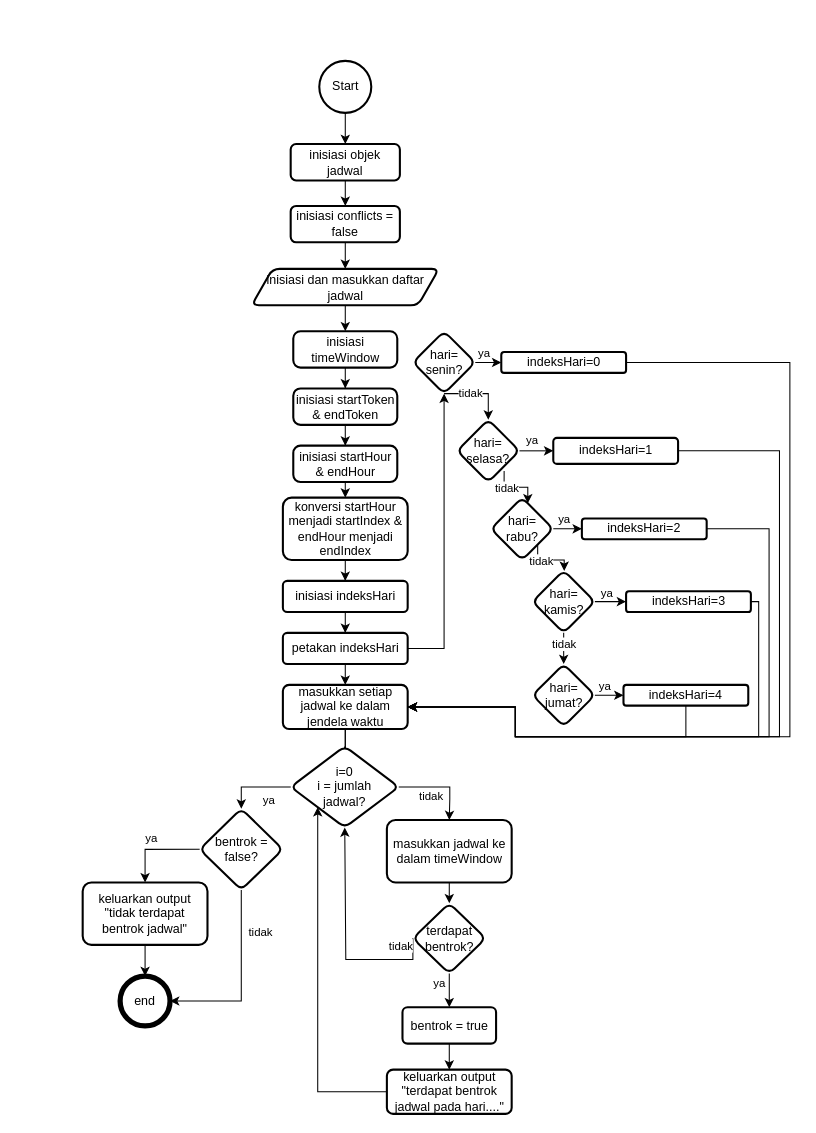
Before: diagram/Diagram Alur Hasil Modifikasi Algoritma.drawio in putra443/perangkat-lunak-simulasi-frs, a draw.io diagram. Source tidied: cells renumbered, new cells numbered last; positions are measured from the earlier drawing's top-left corner, leaving out a move shared by most shapes. Both pictures are drawn from the tidied source at 104%, with x=0, y=0 at pixel (82, 60).
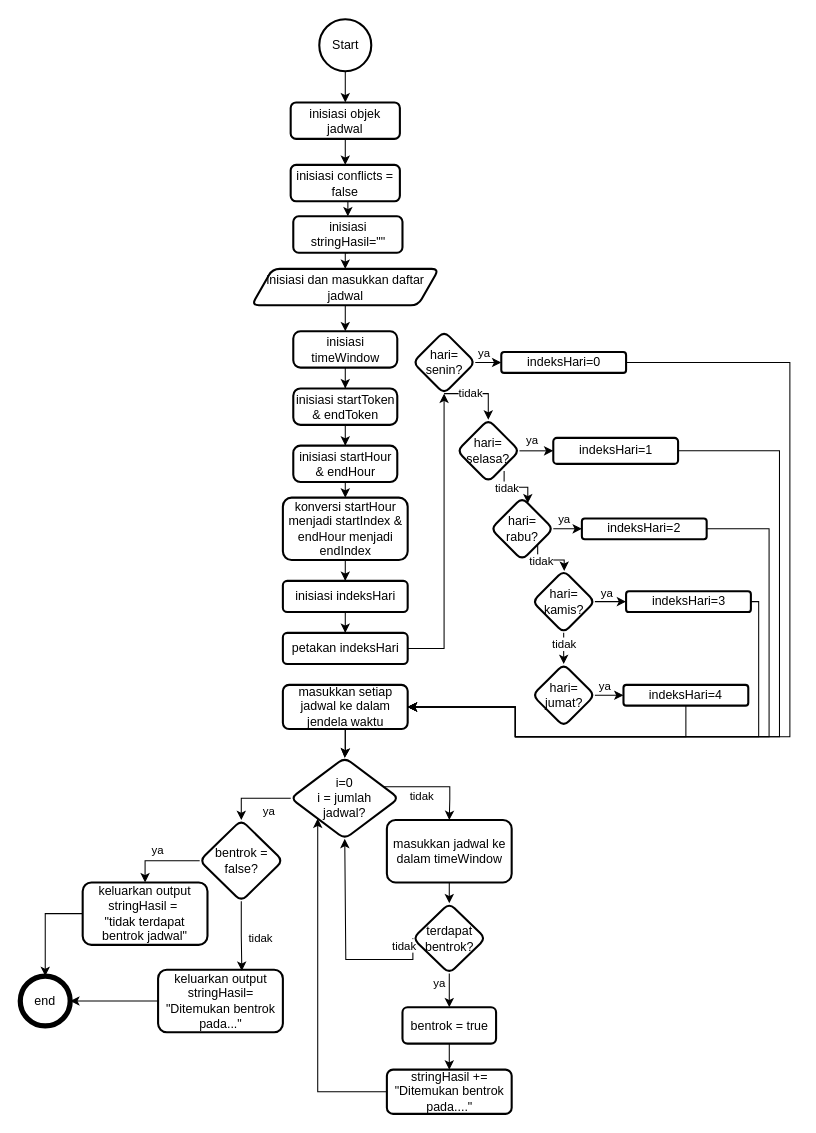
Above is the later version.

Commit message (it also covers changes not shown here):
fix param pathname (agar tidak ada yang bisa lihat idUser)

The change refers to these unchanged cells:
```xml
<mxCell id="7" value="inisiasi dan masukkan daftar jadwal" style="shape=parallelogram;perimeter=parallelogramPerimeter;whiteSpace=wrap;html=1;fixedSize=1;rounded=1;arcSize=14;strokeWidth=2;" parent="1" vertex="1">
  <mxGeometry x="162.5" y="200" width="180" height="35" as="geometry" />
</mxCell>
<mxCell id="10" value="masukkan setiap jadwal ke dalam jendela waktu" style="whiteSpace=wrap;html=1;rounded=1;arcSize=14;strokeWidth=2;" parent="1" vertex="1">
  <mxGeometry x="192.5" y="600" width="120" height="42.5" as="geometry" />
</mxCell>
<mxCell id="49" value="petakan indeksHari" style="whiteSpace=wrap;html=1;rounded=1;arcSize=14;strokeWidth=2;" parent="1" vertex="1">
  <mxGeometry x="192.5" y="550" width="120" height="30" as="geometry" />
</mxCell>
```

The edit, as a diff of the source:
```diff
@@
     <mxCell id="3" value="Start" style="strokeWidth=2;html=1;shape=mxgraph.flowchart.start_2;whiteSpace=wrap;" parent="1" vertex="1">
-      <mxGeometry x="227.5" width="50" height="50" as="geometry" />
+      <mxGeometry x="227.5" y="-40" width="50" height="50" as="geometry" />
     </mxCell>
@@
     <mxCell id="15" value="i=0&lt;br&gt;i = jumlah&lt;br&gt;jadwal?" style="rhombus;whiteSpace=wrap;html=1;rounded=1;arcSize=14;strokeWidth=2;" parent="1" vertex="1">
-      <mxGeometry x="200" y="659.1" width="104" height="78.1" as="geometry" />
+      <mxGeometry x="200" y="670" width="104" height="78.1" as="geometry" />
     </mxCell>
@@
-    <mxCell id="18" style="edgeStyle=orthogonalEdgeStyle;rounded=0;jettySize=auto;html=1;" parent="1" edge="1" source="19" target="7">
-      <mxGeometry relative="1" as="geometry" />
-    </mxCell>
+    <mxCell id="83" style="edgeStyle=orthogonalEdgeStyle;rounded=0;jettySize=auto;html=1;exitX=0.5;exitY=1;exitDx=0;exitDy=0;entryX=0.5;entryY=0;entryDx=0;entryDy=0;" parent="1" edge="1" source="19" target="85">
+      <mxGeometry relative="1" as="geometry" />
+    </mxCell>
     <mxCell id="19" value="inisiasi conflicts = false" style="rounded=1;whiteSpace=wrap;html=1;strokeWidth=2;" parent="1" vertex="1">
-      <mxGeometry x="200" y="139.5" width="105" height="35" as="geometry" />
+      <mxGeometry x="200" y="100" width="105" height="35" as="geometry" />
     </mxCell>
@@
-    <mxCell id="28" value="keluarkan output&lt;br&gt;&quot;terdapat bentrok jadwal pada hari....&quot;" style="whiteSpace=wrap;html=1;rounded=1;arcSize=14;strokeWidth=2;" parent="1" vertex="1">
+    <mxCell id="28" value="stringHasil += &quot;Ditemukan bentrok pada....&quot;" style="whiteSpace=wrap;html=1;rounded=1;arcSize=14;strokeWidth=2;" parent="1" vertex="1">
       <mxGeometry x="292.5" y="970" width="120" height="42.5" as="geometry" />
     </mxCell>
@@
-    <mxCell id="31" style="edgeStyle=orthogonalEdgeStyle;rounded=0;jettySize=auto;html=1;exitX=0.5;exitY=1;exitDx=0;exitDy=0;entryX=1;entryY=0.5;entryDx=0;entryDy=0;" parent="1" edge="1" source="33" target="36">
-      <mxGeometry relative="1" as="geometry" />
-    </mxCell>
-    <mxCell id="32" value="tidak" style="edgeLabel;html=1;align=center;verticalAlign=middle;" parent="31" vertex="1">
-      <mxGeometry x="-0.54" y="-3" relative="1" as="geometry">
-        <mxPoint x="21" as="offset" />
-      </mxGeometry>
-    </mxCell>
     <mxCell id="33" value="bentrok = false?" style="rhombus;whiteSpace=wrap;html=1;rounded=1;arcSize=14;strokeWidth=2;" parent="1" vertex="1">
-      <mxGeometry x="112.5" y="719.1" width="80" height="78.1" as="geometry" />
+      <mxGeometry x="112.5" y="730" width="80" height="78.1" as="geometry" />
     </mxCell>
@@
-    <mxCell id="35" value="keluarkan output&lt;br&gt;&quot;tidak terdapat bentrok jadwal&quot;" style="whiteSpace=wrap;html=1;rounded=1;arcSize=14;strokeWidth=2;" parent="1" vertex="1">
+    <mxCell id="35" value="keluarkan output stringHasil =&amp;nbsp;&lt;br&gt;&quot;tidak terdapat bentrok jadwal&quot;" style="whiteSpace=wrap;html=1;rounded=1;arcSize=14;strokeWidth=2;" parent="1" vertex="1">
       <mxGeometry y="790" width="120" height="60" as="geometry" />
     </mxCell>
     <mxCell id="36" value="end" style="shape=ellipse;html=1;dashed=0;whiteSpace=wrap;strokeWidth=5;perimeter=ellipsePerimeter;" parent="1" vertex="1">
-      <mxGeometry x="36" y="880" width="48" height="48" as="geometry" />
+      <mxGeometry x="-60" y="880" width="48" height="48" as="geometry" />
     </mxCell>
@@
     <mxCell id="38" value="inisiasi objek jadwal" style="rounded=1;whiteSpace=wrap;html=1;strokeWidth=2;" parent="1" vertex="1">
-      <mxGeometry x="200" y="80" width="105" height="35" as="geometry" />
+      <mxGeometry x="200" y="40" width="105" height="35" as="geometry" />
     </mxCell>
@@
-    <mxCell id="47" style="edgeStyle=orthogonalEdgeStyle;rounded=0;jettySize=auto;html=1;exitX=0.5;exitY=1;exitDx=0;exitDy=0;entryX=0.5;entryY=0;entryDx=0;entryDy=0;" parent="1" edge="1" source="49" target="10">
-      <mxGeometry relative="1" as="geometry" />
-    </mxCell>
@@
+    <mxCell id="84" style="edgeStyle=orthogonalEdgeStyle;rounded=0;jettySize=auto;html=1;exitX=0.5;exitY=1;exitDx=0;exitDy=0;entryX=0.5;entryY=0;entryDx=0;entryDy=0;" parent="1" edge="1" source="85" target="7">
+      <mxGeometry relative="1" as="geometry" />
+    </mxCell>
+    <mxCell id="85" value="inisiasi stringHasil=&quot;&quot;" style="rounded=1;whiteSpace=wrap;html=1;strokeWidth=2;" parent="1" vertex="1">
+      <mxGeometry x="202.5" y="149.5" width="105" height="35" as="geometry" />
+    </mxCell>
+    <mxCell id="86" style="edgeStyle=orthogonalEdgeStyle;rounded=0;jettySize=auto;html=1;exitX=0;exitY=0.5;exitDx=0;exitDy=0;entryX=1;entryY=0.5;entryDx=0;entryDy=0;" parent="1" edge="1" source="87" target="36">
+      <mxGeometry relative="1" as="geometry" />
+    </mxCell>
+    <mxCell id="87" value="keluarkan output stringHasil=&lt;br&gt;&quot;Ditemukan bentrok pada...&quot;" style="whiteSpace=wrap;html=1;rounded=1;arcSize=14;strokeWidth=2;" parent="1" vertex="1">
+      <mxGeometry x="72.5" y="874" width="120" height="60" as="geometry" />
+    </mxCell>
+    <mxCell id="88" style="edgeStyle=orthogonalEdgeStyle;rounded=0;jettySize=auto;html=1;exitX=0.5;exitY=1;exitDx=0;exitDy=0;entryX=0.671;entryY=0.017;entryDx=0;entryDy=0;entryPerimeter=0;" parent="1" edge="1" source="33" target="87">
+      <mxGeometry relative="1" as="geometry" />
+    </mxCell>
+    <mxCell id="32" value="tidak" style="edgeLabel;html=1;align=center;verticalAlign=middle;" parent="88" vertex="1">
+      <mxGeometry x="0.12" y="1" relative="1" as="geometry">
+        <mxPoint x="16" y="-2" as="offset" />
+      </mxGeometry>
+    </mxCell>
```
